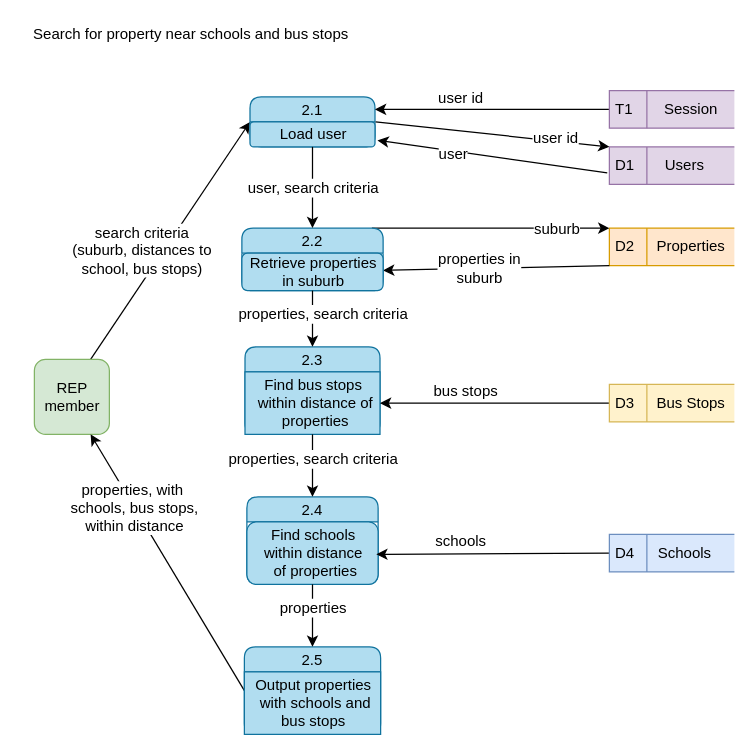
Before: page "DFD L1 - Search" (3 of 5) of App requirements/dfd qpc.drawio in simonpett/QPC, a draw.io diagram. Source tidied: cells renumbered, new cells numbered last; positions are measured from the earlier drawing's top-left corner, leaving out a move shared by most shapes. Both pictures are drawn from the tidied source at 125%, with x=0, y=0 at pixel (21, 21).
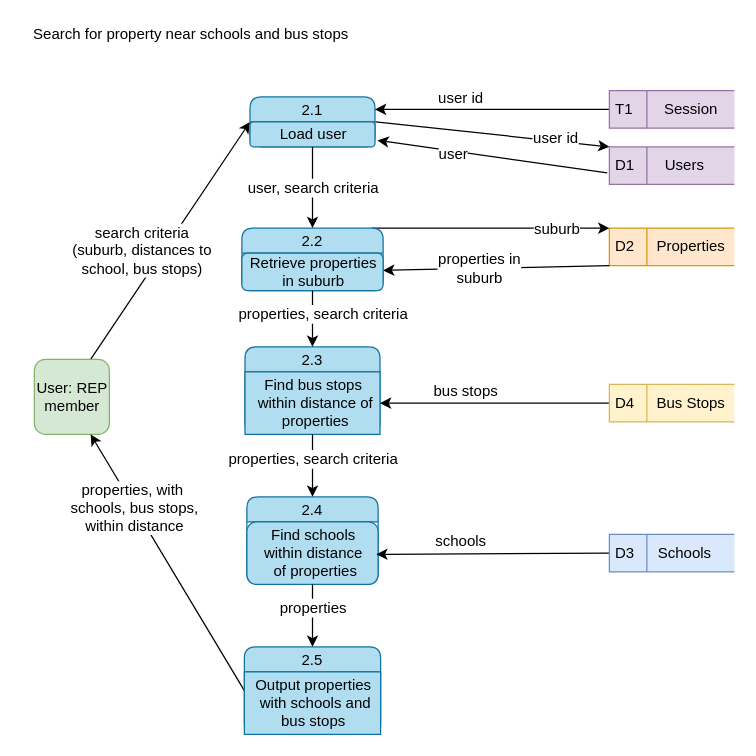
Above is the later version.

Diff of the diagram source:
```diff
@@
-    <mxCell id="4" value="&lt;font style=&quot;font-size: 12px;&quot;&gt;REP &lt;br style=&quot;font-size: 12px;&quot;&gt;member&lt;/font&gt;" style="html=1;dashed=0;whitespace=wrap;fillColor=#d5e8d4;strokeColor=#82b366;rounded=1;fontSize=12;" parent="1" vertex="1">
+    <mxCell id="4" value="&lt;font style=&quot;font-size: 12px&quot;&gt;User: REP &lt;br style=&quot;font-size: 12px&quot;&gt;member&lt;/font&gt;" style="html=1;dashed=0;whitespace=wrap;fillColor=#d5e8d4;strokeColor=#82b366;rounded=1;fontSize=12;" parent="1" vertex="1">
       <mxGeometry x="10" y="270" width="60" height="60" as="geometry" />
     </mxCell>
@@
-    <mxCell id="43" value="D3" style="html=1;dashed=0;whitespace=wrap;shape=mxgraph.dfd.dataStoreID;align=left;spacingLeft=3;points=[[0,0],[0.5,0],[1,0],[0,0.5],[1,0.5],[0,1],[0.5,1],[1,1]];rounded=1;fontSize=12;fillColor=#fff2cc;strokeColor=#d6b656;" parent="1" vertex="1">
+    <mxCell id="43" value="D4" style="html=1;dashed=0;whitespace=wrap;shape=mxgraph.dfd.dataStoreID;align=left;spacingLeft=3;points=[[0,0],[0.5,0],[1,0],[0,0.5],[1,0.5],[0,1],[0.5,1],[1,1]];rounded=1;fontSize=12;fillColor=#fff2cc;strokeColor=#d6b656;" parent="1" vertex="1">
       <mxGeometry x="470" y="290" width="100" height="30" as="geometry" />
     </mxCell>
@@
-    <mxCell id="47" value="D4" style="html=1;dashed=0;whitespace=wrap;shape=mxgraph.dfd.dataStoreID;align=left;spacingLeft=3;points=[[0,0],[0.5,0],[1,0],[0,0.5],[1,0.5],[0,1],[0.5,1],[1,1]];rounded=1;fontSize=12;fillColor=#dae8fc;strokeColor=#6c8ebf;" parent="1" vertex="1">
+    <mxCell id="47" value="D3" style="html=1;dashed=0;whitespace=wrap;shape=mxgraph.dfd.dataStoreID;align=left;spacingLeft=3;points=[[0,0],[0.5,0],[1,0],[0,0.5],[1,0.5],[0,1],[0.5,1],[1,1]];rounded=1;fontSize=12;fillColor=#dae8fc;strokeColor=#6c8ebf;" parent="1" vertex="1">
       <mxGeometry x="470" y="410" width="100" height="30" as="geometry" />
     </mxCell>
```
